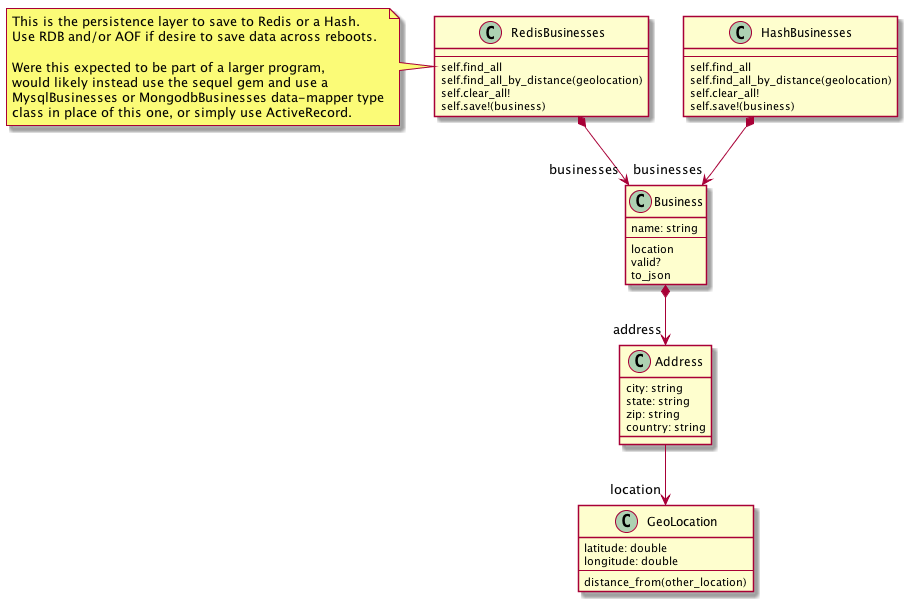
Before: docs/verve.png, a diagram exported from PlantUML (brianmd/geo). Source of this version:
```plantuml
@startuml

HashBusinesses *--> "businesses" Business
RedisBusinesses *--> "businesses" Business
Business   *--> "address" Address
Address     --> "location" GeoLocation

class HashBusinesses {
  --
  self.find_all
  self.find_all_by_distance(geolocation)
  self.clear_all!
  self.save!(business)
}

class RedisBusinesses {
  --
  self.find_all
  self.find_all_by_distance(geolocation)
  self.clear_all!
  self.save!(business)
}

class Business {
  name: string
  --
  location
  valid?
  to_json
}

class Address {
  city: string
  state: string
  zip: string
  country: string
}

class GeoLocation {
  latitude: double
  longitude: double
  --
  distance_from(other_location)
}

note left of RedisBusinesses
This is the persistence layer to save to Redis or a Hash.
Use RDB and/or AOF if desire to save data across reboots.

Were this expected to be part of a larger program,
would likely instead use the sequel gem and use a
MysqlBusinesses or MongodbBusinesses data-mapper type
class in place of this one, or simply use ActiveRecord.
end note

@enduml
```
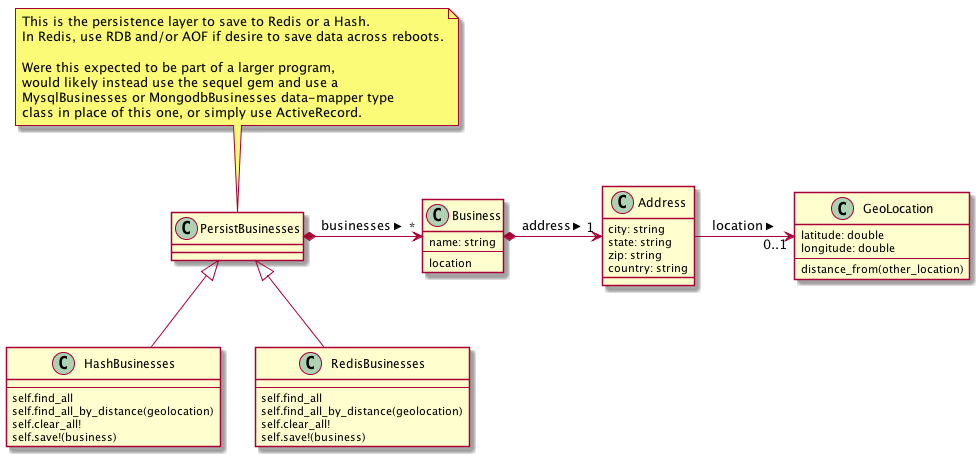
After the change.

Commit message:
Update class diagram.

Diff of the diagram source:
```diff
@@ -1,9 +1,21 @@
 @startuml
 
-HashBusinesses *--> "businesses" Business
-RedisBusinesses *--> "businesses" Business
-Business   *--> "address" Address
-Address     --> "location" GeoLocation
+PersistBusinesses *-> "*" Business : businesses >
+PersistBusinesses <|-- HashBusinesses
+PersistBusinesses <|-- RedisBusinesses
+
+note top of PersistBusinesses
+This is the persistence layer to save to Redis or a Hash.
+In Redis, use RDB and/or AOF if desire to save data across reboots.
+
+Were this expected to be part of a larger program,
+would likely instead use the sequel gem and use a
+MysqlBusinesses or MongodbBusinesses data-mapper type
+class in place of this one, or simply use ActiveRecord.
+end note
+
+Business   *-> "1" Address : address >
+Address     -> "0..1" GeoLocation : location >
 
 class HashBusinesses {
   --
@@ -25,8 +37,6 @@
   name: string
   --
   location
-  valid?
-  to_json
 }
 
 class Address {
@@ -43,14 +53,4 @@
   distance_from(other_location)
 }
 
-note left of RedisBusinesses
-This is the persistence layer to save to Redis or a Hash.
-Use RDB and/or AOF if desire to save data across reboots.
-
-Were this expected to be part of a larger program,
-would likely instead use the sequel gem and use a
-MysqlBusinesses or MongodbBusinesses data-mapper type
-class in place of this one, or simply use ActiveRecord.
-end note
-
 @enduml
```
